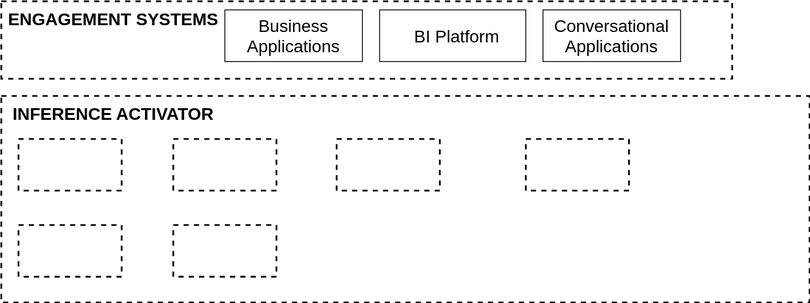
Earlier version of the draw.io export ArchitectureAI.svg (nadiaasrin/neddo). Source tidied: cells renumbered, new cells last; positions are measured from the earlier drawing's top-left corner, leaving out a move shared by most shapes.
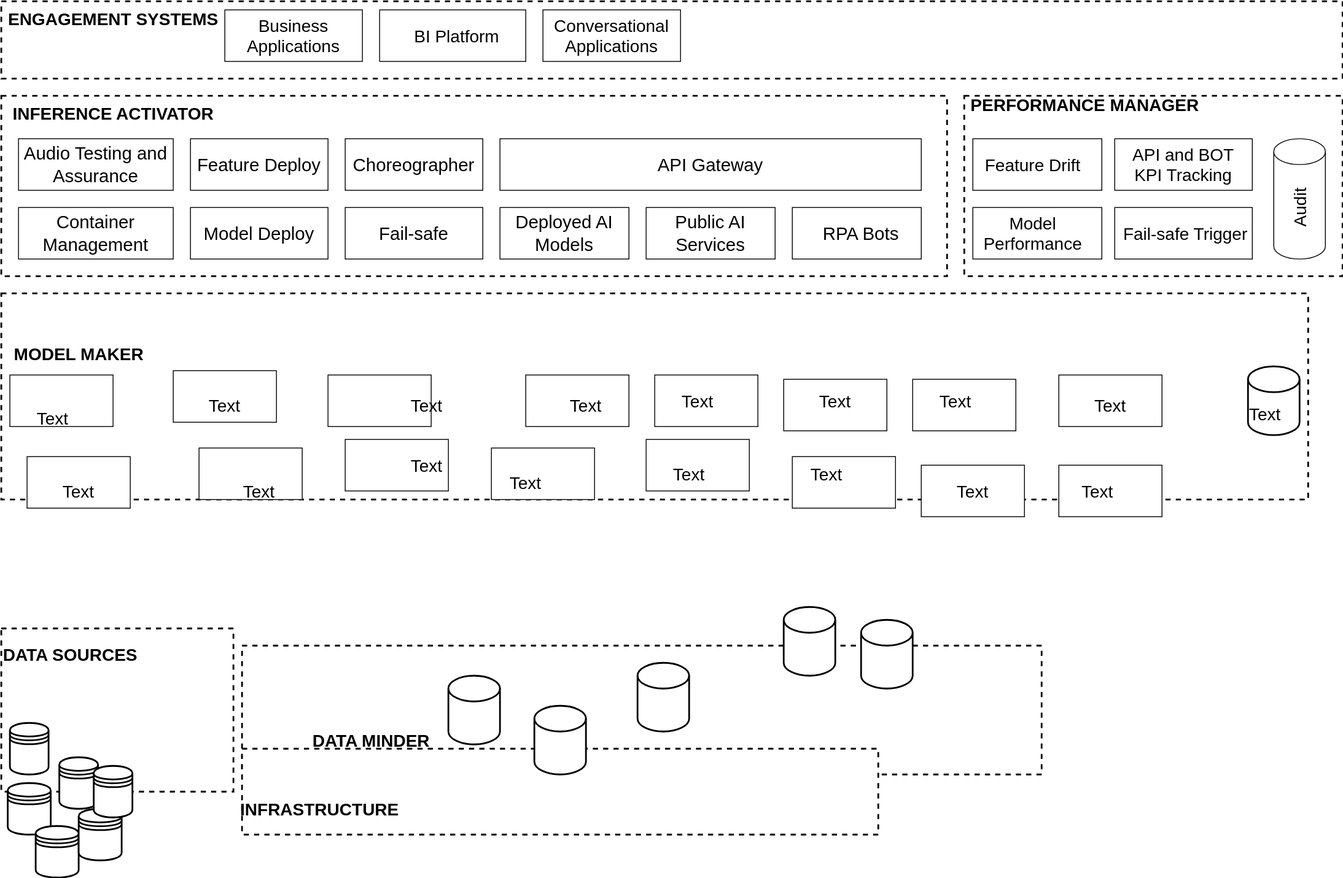
The same file after the commit.

The edit, as a diff of the source:
```diff
@@ -5,3 +5,3 @@
     <mxCell id="2" style="fontStyle=0;dashed=1;strokeWidth=2;" parent="1" vertex="1">
-      <mxGeometry width="850" height="90" as="geometry" />
+      <mxGeometry width="1560" height="90" as="geometry" />
     </mxCell>
@@ -29,3 +29,3 @@
     <mxCell id="10" style="fontStyle=0;dashed=1;strokeWidth=2;fontSize=20;" parent="1" vertex="1">
-      <mxGeometry y="110" width="940" height="240" as="geometry" />
+      <mxGeometry y="110" width="1100" height="210" as="geometry" />
     </mxCell>
@@ -34,20 +34,257 @@
     </mxCell>
-    <mxCell id="12" style="rounded=0;whiteSpace=wrap;html=1;dashed=1;strokeWidth=2;fontSize=21;" parent="1" vertex="1">
-      <mxGeometry x="20" y="160" width="120" height="60" as="geometry" />
+    <mxCell id="12" style="rounded=0;whiteSpace=wrap;html=1;strokeWidth=1;fontSize=21;" parent="1" vertex="1">
+      <mxGeometry x="20" y="160" width="180" height="60" as="geometry" />
     </mxCell>
-    <mxCell id="13" style="rounded=0;whiteSpace=wrap;html=1;dashed=1;strokeWidth=2;fontSize=21;" parent="1" vertex="1">
-      <mxGeometry x="200" y="160" width="120" height="60" as="geometry" />
+    <mxCell id="13" style="rounded=0;whiteSpace=wrap;html=1;strokeWidth=1;fontSize=21;" parent="1" vertex="1">
+      <mxGeometry x="220" y="160" width="160" height="60" as="geometry" />
     </mxCell>
-    <mxCell id="14" style="rounded=0;whiteSpace=wrap;html=1;dashed=1;strokeWidth=2;fontSize=21;" parent="1" vertex="1">
-      <mxGeometry x="390" y="160" width="120" height="60" as="geometry" />
+    <mxCell id="14" style="rounded=0;whiteSpace=wrap;html=1;strokeWidth=1;fontSize=21;" parent="1" vertex="1">
+      <mxGeometry x="400" y="160" width="160" height="60" as="geometry" />
     </mxCell>
-    <mxCell id="15" style="rounded=0;whiteSpace=wrap;html=1;dashed=1;strokeWidth=2;fontSize=21;" parent="1" vertex="1">
-      <mxGeometry x="610" y="160" width="120" height="60" as="geometry" />
+    <mxCell id="15" style="rounded=0;whiteSpace=wrap;html=1;strokeWidth=1;fontSize=21;" parent="1" vertex="1">
+      <mxGeometry x="580" y="160" width="490" height="60" as="geometry" />
     </mxCell>
-    <mxCell id="16" style="rounded=0;whiteSpace=wrap;html=1;dashed=1;strokeWidth=2;fontSize=21;" parent="1" vertex="1">
-      <mxGeometry x="20" y="260" width="120" height="60" as="geometry" />
+    <mxCell id="16" style="rounded=0;whiteSpace=wrap;html=1;strokeWidth=1;fontSize=21;" parent="1" vertex="1">
+      <mxGeometry x="20" y="240" width="180" height="60" as="geometry" />
     </mxCell>
-    <mxCell id="17" style="rounded=0;whiteSpace=wrap;html=1;dashed=1;strokeWidth=2;fontSize=21;" parent="1" vertex="1">
-      <mxGeometry x="200" y="260" width="120" height="60" as="geometry" />
+    <mxCell id="17" style="rounded=0;whiteSpace=wrap;html=1;strokeWidth=1;fontSize=21;" parent="1" vertex="1">
+      <mxGeometry x="220" y="240" width="160" height="60" as="geometry" />
     </mxCell>
+    <mxCell id="18" style="rounded=0;whiteSpace=wrap;html=1;strokeWidth=1;fontSize=21;" parent="1" vertex="1">
+      <mxGeometry x="400" y="240" width="160" height="60" as="geometry" />
+    </mxCell>
+    <mxCell id="19" style="rounded=0;whiteSpace=wrap;html=1;strokeWidth=1;fontSize=21;" parent="1" vertex="1">
+      <mxGeometry x="580" y="240" width="150" height="60" as="geometry" />
+    </mxCell>
+    <mxCell id="20" style="rounded=0;whiteSpace=wrap;html=1;strokeWidth=1;fontSize=21;" parent="1" vertex="1">
+      <mxGeometry x="750" y="240" width="150" height="60" as="geometry" />
+    </mxCell>
+    <mxCell id="21" style="rounded=0;whiteSpace=wrap;html=1;strokeColor=#000000;strokeWidth=1;fontSize=21;" parent="1" vertex="1">
+      <mxGeometry x="920" y="240" width="150" height="60" as="geometry" />
+    </mxCell>
+    <mxCell id="22" value="Feature Deploy" style="text;html=1;strokeColor=none;fillColor=none;align=center;verticalAlign=middle;whiteSpace=wrap;rounded=0;fontSize=21;" parent="1" vertex="1">
+      <mxGeometry x="225" y="180" width="150" height="20" as="geometry" />
+    </mxCell>
+    <mxCell id="23" value="Audio Testing and Assurance" style="text;html=1;strokeColor=none;fillColor=none;align=center;verticalAlign=middle;whiteSpace=wrap;rounded=0;fontSize=21;" parent="1" vertex="1">
+      <mxGeometry x="20" y="180" width="180" height="20" as="geometry" />
+    </mxCell>
+    <mxCell id="24" value="Choreographer" style="text;html=1;strokeColor=none;fillColor=none;align=center;verticalAlign=middle;whiteSpace=wrap;rounded=0;fontSize=21;" parent="1" vertex="1">
+      <mxGeometry x="460" y="180" width="40" height="20" as="geometry" />
+    </mxCell>
+    <mxCell id="25" value="RPA Bots" style="text;html=1;strokeColor=none;fillColor=none;align=center;verticalAlign=middle;whiteSpace=wrap;rounded=0;fontSize=21;" parent="1" vertex="1">
+      <mxGeometry x="940" y="260" width="120" height="20" as="geometry" />
+    </mxCell>
+    <mxCell id="26" value="Public AI Services" style="text;html=1;strokeColor=none;fillColor=none;align=center;verticalAlign=middle;whiteSpace=wrap;rounded=0;fontSize=21;" parent="1" vertex="1">
+      <mxGeometry x="770" y="260" width="110" height="20" as="geometry" />
+    </mxCell>
+    <mxCell id="27" value="Deployed AI Models" style="text;html=1;strokeColor=none;fillColor=none;align=center;verticalAlign=middle;whiteSpace=wrap;rounded=0;fontSize=21;" parent="1" vertex="1">
+      <mxGeometry x="595" y="260" width="120" height="20" as="geometry" />
+    </mxCell>
+    <mxCell id="28" value="API Gateway" style="text;html=1;strokeColor=none;fillColor=none;align=center;verticalAlign=middle;whiteSpace=wrap;rounded=0;fontSize=21;" parent="1" vertex="1">
+      <mxGeometry x="690" y="180" width="270" height="20" as="geometry" />
+    </mxCell>
+    <mxCell id="29" value="Fail-safe" style="text;html=1;strokeColor=none;fillColor=none;align=center;verticalAlign=middle;whiteSpace=wrap;rounded=0;fontSize=21;" parent="1" vertex="1">
+      <mxGeometry x="420" y="260" width="120" height="20" as="geometry" />
+    </mxCell>
+    <mxCell id="30" value="Model Deploy" style="text;html=1;strokeColor=none;fillColor=none;align=center;verticalAlign=middle;whiteSpace=wrap;rounded=0;fontSize=21;" parent="1" vertex="1">
+      <mxGeometry x="220" y="260" width="160" height="20" as="geometry" />
+    </mxCell>
+    <mxCell id="31" value="Container Management" style="text;html=1;strokeColor=none;fillColor=none;align=center;verticalAlign=middle;whiteSpace=wrap;rounded=0;fontSize=21;" parent="1" vertex="1">
+      <mxGeometry x="90" y="260" width="40" height="20" as="geometry" />
+    </mxCell>
+    <mxCell id="32" style="fontStyle=0;dashed=1;strokeColor=#000000;strokeWidth=2;fontSize=21;" parent="1" vertex="1">
+      <mxGeometry y="340" width="1520" height="240" as="geometry" />
+    </mxCell>
+    <mxCell id="33" style="fontStyle=0;dashed=1;strokeColor=#000000;strokeWidth=2;fontSize=21;" parent="1" vertex="1">
+      <mxGeometry y="730" width="270" height="190" as="geometry" />
+    </mxCell>
+    <mxCell id="34" style="fontStyle=0;dashed=1;strokeColor=#000000;strokeWidth=2;fontSize=21;" parent="1" vertex="1">
+      <mxGeometry x="280" y="750" width="930" height="150" as="geometry" />
+    </mxCell>
+    <mxCell id="35" style="fontStyle=0;dashed=1;strokeColor=#000000;strokeWidth=2;fontSize=21;" parent="1" vertex="1">
+      <mxGeometry x="280" y="870" width="740" height="100" as="geometry" />
+    </mxCell>
+    <mxCell id="36" style="shape=datastore;whiteSpace=wrap;html=1;strokeColor=#000000;strokeWidth=2;fontSize=21;" parent="1" vertex="1">
+      <mxGeometry x="7.5" y="910" width="50" height="60" as="geometry" />
+    </mxCell>
+    <mxCell id="37" style="shape=datastore;whiteSpace=wrap;html=1;strokeColor=#000000;strokeWidth=2;fontSize=21;perimeterSpacing=2;" parent="1" vertex="1">
+      <mxGeometry x="40" y="960" width="50" height="60" as="geometry" />
+    </mxCell>
+    <mxCell id="38" value="&lt;font style=&quot;font-size: 20px&quot;&gt;DATA SOURCES&lt;/font&gt;" style="text;strokeColor=none;fillColor=none;html=1;fontSize=24;fontStyle=1;verticalAlign=middle;align=center;" parent="1" vertex="1">
+      <mxGeometry x="30" y="740" width="100" height="40" as="geometry" />
+    </mxCell>
+    <mxCell id="39" value="MODEL MAKER" style="text;strokeColor=none;fillColor=none;html=1;fontSize=20;fontStyle=1;verticalAlign=middle;align=center;" parent="1" vertex="1">
+      <mxGeometry x="40" y="390" width="100" height="40" as="geometry" />
+    </mxCell>
+    <mxCell id="40" style="shape=datastore;whiteSpace=wrap;html=1;strokeColor=#000000;strokeWidth=2;fontSize=20;" parent="1" vertex="1">
+      <mxGeometry x="90" y="940" width="50" height="60" as="geometry" />
+    </mxCell>
+    <mxCell id="41" style="shape=datastore;whiteSpace=wrap;html=1;strokeColor=#000000;strokeWidth=2;fontSize=20;" parent="1" vertex="1">
+      <mxGeometry x="10" y="840" width="45" height="60" as="geometry" />
+    </mxCell>
+    <mxCell id="42" style="shape=datastore;whiteSpace=wrap;html=1;strokeColor=#000000;strokeWidth=2;fontSize=20;" parent="1" vertex="1">
+      <mxGeometry x="67.5" y="880" width="45" height="60" as="geometry" />
+    </mxCell>
+    <mxCell id="43" style="shape=datastore;whiteSpace=wrap;html=1;strokeColor=#000000;strokeWidth=2;fontSize=20;" parent="1" vertex="1">
+      <mxGeometry x="107.5" y="890" width="45" height="60" as="geometry" />
+    </mxCell>
+    <mxCell id="44" value="DATA MINDER" style="text;strokeColor=none;fillColor=none;html=1;fontSize=20;fontStyle=1;verticalAlign=middle;align=center;" parent="1" vertex="1">
+      <mxGeometry x="380" y="840" width="100" height="40" as="geometry" />
+    </mxCell>
+    <mxCell id="45" value="INFRASTRUCTURE" style="text;strokeColor=none;fillColor=none;html=1;fontSize=20;fontStyle=1;verticalAlign=middle;align=center;" parent="1" vertex="1">
+      <mxGeometry x="320" y="920" width="100" height="40" as="geometry" />
+    </mxCell>
+    <mxCell id="46" style="shape=cylinder3;whiteSpace=wrap;html=1;boundedLbl=1;backgroundOutline=1;size=15;strokeColor=#000000;strokeWidth=2;fontSize=20;" parent="1" vertex="1">
+      <mxGeometry x="520" y="785" width="60" height="80" as="geometry" />
+    </mxCell>
+    <mxCell id="47" style="shape=cylinder3;whiteSpace=wrap;html=1;boundedLbl=1;backgroundOutline=1;size=15;strokeColor=#000000;strokeWidth=2;fontSize=20;" parent="1" vertex="1">
+      <mxGeometry x="620" y="820" width="60" height="80" as="geometry" />
+    </mxCell>
+    <mxCell id="48" style="shape=cylinder3;whiteSpace=wrap;html=1;boundedLbl=1;backgroundOutline=1;size=15;strokeColor=#000000;strokeWidth=2;fontSize=20;" parent="1" vertex="1">
+      <mxGeometry x="740" y="770" width="60" height="80" as="geometry" />
+    </mxCell>
+    <mxCell id="49" style="shape=cylinder3;whiteSpace=wrap;html=1;boundedLbl=1;backgroundOutline=1;size=15;strokeColor=#000000;strokeWidth=2;fontSize=20;" parent="1" vertex="1">
+      <mxGeometry x="1450" y="425" width="60" height="80" as="geometry" />
+    </mxCell>
+    <mxCell id="50" style="shape=cylinder3;whiteSpace=wrap;html=1;boundedLbl=1;backgroundOutline=1;size=15;strokeColor=#000000;strokeWidth=2;fontSize=20;" parent="1" vertex="1">
+      <mxGeometry x="910" y="705" width="60" height="80" as="geometry" />
+    </mxCell>
+    <mxCell id="51" style="shape=cylinder3;whiteSpace=wrap;html=1;boundedLbl=1;backgroundOutline=1;size=15;strokeColor=#000000;strokeWidth=2;fontSize=20;" parent="1" vertex="1">
+      <mxGeometry x="1000" y="720" width="60" height="80" as="geometry" />
+    </mxCell>
+    <mxCell id="52" style="fontStyle=0;dashed=1;strokeColor=#000000;strokeWidth=2;fontSize=20;" parent="1" vertex="1">
+      <mxGeometry x="1120" y="110" width="440" height="210" as="geometry" />
+    </mxCell>
+    <mxCell id="53" value="PERFORMANCE MANAGER" style="text;strokeColor=none;fillColor=none;html=1;fontSize=20;fontStyle=1;verticalAlign=middle;align=center;" parent="1" vertex="1">
+      <mxGeometry x="1210" y="100" width="100" height="40" as="geometry" />
+    </mxCell>
+    <mxCell id="54" style="shape=cylinder3;whiteSpace=wrap;html=1;boundedLbl=1;backgroundOutline=1;size=15;strokeColor=#000000;strokeWidth=1;fontSize=20;" parent="1" vertex="1">
+      <mxGeometry x="1480" y="160" width="60" height="140" as="geometry" />
+    </mxCell>
+    <mxCell id="55" style="rounded=0;whiteSpace=wrap;html=1;strokeColor=#000000;strokeWidth=1;fontSize=20;" parent="1" vertex="1">
+      <mxGeometry x="1230" y="540" width="120" height="60" as="geometry" />
+    </mxCell>
+    <mxCell id="56" style="rounded=0;whiteSpace=wrap;html=1;strokeColor=#000000;strokeWidth=1;fontSize=20;" parent="1" vertex="1">
+      <mxGeometry x="1230" y="435" width="120" height="60" as="geometry" />
+    </mxCell>
+    <mxCell id="57" style="rounded=0;whiteSpace=wrap;html=1;strokeColor=#000000;strokeWidth=1;fontSize=20;" parent="1" vertex="1">
+      <mxGeometry x="1070" y="540" width="120" height="60" as="geometry" />
+    </mxCell>
+    <mxCell id="58" style="rounded=0;whiteSpace=wrap;html=1;strokeColor=#000000;strokeWidth=1;fontSize=20;" parent="1" vertex="1">
+      <mxGeometry x="1060" y="440" width="120" height="60" as="geometry" />
+    </mxCell>
+    <mxCell id="59" style="rounded=0;whiteSpace=wrap;html=1;strokeColor=#000000;strokeWidth=1;fontSize=20;" parent="1" vertex="1">
+      <mxGeometry x="920" y="530" width="120" height="60" as="geometry" />
+    </mxCell>
+    <mxCell id="60" style="rounded=0;whiteSpace=wrap;html=1;strokeColor=#000000;strokeWidth=1;fontSize=20;" parent="1" vertex="1">
+      <mxGeometry x="910" y="440" width="120" height="60" as="geometry" />
+    </mxCell>
+    <mxCell id="61" style="rounded=0;whiteSpace=wrap;html=1;strokeColor=#000000;strokeWidth=1;fontSize=20;" parent="1" vertex="1">
+      <mxGeometry x="760" y="435" width="120" height="60" as="geometry" />
+    </mxCell>
+    <mxCell id="62" style="rounded=0;whiteSpace=wrap;html=1;strokeColor=#000000;strokeWidth=1;fontSize=20;" parent="1" vertex="1">
+      <mxGeometry x="380" y="435" width="120" height="60" as="geometry" />
+    </mxCell>
+    <mxCell id="63" style="rounded=0;whiteSpace=wrap;html=1;strokeColor=#000000;strokeWidth=1;fontSize=20;" parent="1" vertex="1">
+      <mxGeometry x="750" y="510" width="120" height="60" as="geometry" />
+    </mxCell>
+    <mxCell id="64" style="rounded=0;whiteSpace=wrap;html=1;strokeColor=#000000;strokeWidth=1;fontSize=20;" parent="1" vertex="1">
+      <mxGeometry x="570" y="520" width="120" height="60" as="geometry" />
+    </mxCell>
+    <mxCell id="65" style="rounded=0;whiteSpace=wrap;html=1;strokeColor=#000000;strokeWidth=1;fontSize=20;" parent="1" vertex="1">
+      <mxGeometry x="610" y="435" width="120" height="60" as="geometry" />
+    </mxCell>
+    <mxCell id="66" style="rounded=0;whiteSpace=wrap;html=1;strokeColor=#000000;strokeWidth=1;fontSize=20;" parent="1" vertex="1">
+      <mxGeometry x="400" y="510" width="120" height="60" as="geometry" />
+    </mxCell>
+    <mxCell id="67" style="rounded=0;whiteSpace=wrap;html=1;strokeColor=#000000;strokeWidth=1;fontSize=20;" parent="1" vertex="1">
+      <mxGeometry x="230" y="520" width="120" height="60" as="geometry" />
+    </mxCell>
+    <mxCell id="68" style="rounded=0;whiteSpace=wrap;html=1;strokeColor=#000000;strokeWidth=1;fontSize=20;" parent="1" vertex="1">
+      <mxGeometry x="200" y="430" width="120" height="60" as="geometry" />
+    </mxCell>
+    <mxCell id="69" style="rounded=0;whiteSpace=wrap;html=1;strokeColor=#000000;strokeWidth=1;fontSize=20;" parent="1" vertex="1">
+      <mxGeometry x="30" y="530" width="120" height="60" as="geometry" />
+    </mxCell>
+    <mxCell id="70" style="rounded=0;whiteSpace=wrap;html=1;strokeColor=#000000;strokeWidth=1;fontSize=20;" parent="1" vertex="1">
+      <mxGeometry x="10" y="435" width="120" height="60" as="geometry" />
+    </mxCell>
+    <mxCell id="71" style="rounded=0;whiteSpace=wrap;html=1;strokeColor=#000000;strokeWidth=1;fontSize=20;" parent="1" vertex="1">
+      <mxGeometry x="1295" y="240" width="160" height="60" as="geometry" />
+    </mxCell>
+    <mxCell id="72" style="rounded=0;whiteSpace=wrap;html=1;strokeColor=#000000;strokeWidth=1;fontSize=20;" parent="1" vertex="1">
+      <mxGeometry x="1295" y="160" width="160" height="60" as="geometry" />
+    </mxCell>
+    <mxCell id="73" style="rounded=0;whiteSpace=wrap;html=1;strokeColor=#000000;strokeWidth=1;fontSize=20;" parent="1" vertex="1">
+      <mxGeometry x="1130" y="240" width="150" height="60" as="geometry" />
+    </mxCell>
+    <mxCell id="74" style="rounded=0;whiteSpace=wrap;html=1;strokeColor=#000000;strokeWidth=1;fontSize=20;" parent="1" vertex="1">
+      <mxGeometry x="1130" y="160" width="150" height="60" as="geometry" />
+    </mxCell>
+    <mxCell id="75" value="Feature Drift" style="text;html=1;strokeColor=none;fillColor=none;align=center;verticalAlign=middle;whiteSpace=wrap;rounded=0;fontSize=20;" parent="1" vertex="1">
+      <mxGeometry x="1140" y="180" width="120" height="20" as="geometry" />
+    </mxCell>
+    <mxCell id="76" value="Text" style="text;html=1;strokeColor=none;fillColor=none;align=center;verticalAlign=middle;whiteSpace=wrap;rounded=0;fontSize=20;" parent="1" vertex="1">
+      <mxGeometry x="790" y="455" width="40" height="20" as="geometry" />
+    </mxCell>
+    <mxCell id="77" value="Text" style="text;html=1;strokeColor=none;fillColor=none;align=center;verticalAlign=middle;whiteSpace=wrap;rounded=0;fontSize=20;" parent="1" vertex="1">
+      <mxGeometry x="1255" y="560" width="40" height="20" as="geometry" />
+    </mxCell>
+    <mxCell id="78" value="Text" style="text;html=1;strokeColor=none;fillColor=none;align=center;verticalAlign=middle;whiteSpace=wrap;rounded=0;fontSize=20;" parent="1" vertex="1">
+      <mxGeometry x="1450" y="470" width="40" height="20" as="geometry" />
+    </mxCell>
+    <mxCell id="79" value="Text" style="text;html=1;strokeColor=none;fillColor=none;align=center;verticalAlign=middle;whiteSpace=wrap;rounded=0;fontSize=20;" parent="1" vertex="1">
+      <mxGeometry x="1110" y="560" width="40" height="20" as="geometry" />
+    </mxCell>
+    <mxCell id="80" value="Text" style="text;html=1;strokeColor=none;fillColor=none;align=center;verticalAlign=middle;whiteSpace=wrap;rounded=0;fontSize=20;" parent="1" vertex="1">
+      <mxGeometry x="940" y="540" width="40" height="20" as="geometry" />
+    </mxCell>
+    <mxCell id="81" value="Text" style="text;html=1;strokeColor=none;fillColor=none;align=center;verticalAlign=middle;whiteSpace=wrap;rounded=0;fontSize=20;" parent="1" vertex="1">
+      <mxGeometry x="950" y="455" width="40" height="20" as="geometry" />
+    </mxCell>
+    <mxCell id="82" value="Audit" style="text;html=1;strokeColor=none;fillColor=none;align=center;verticalAlign=middle;whiteSpace=wrap;rounded=0;fontSize=20;rotation=-90;" parent="1" vertex="1">
+      <mxGeometry x="1490" y="230" width="40" height="20" as="geometry" />
+    </mxCell>
+    <mxCell id="83" value="Text" style="text;html=1;strokeColor=none;fillColor=none;align=center;verticalAlign=middle;whiteSpace=wrap;rounded=0;fontSize=20;" parent="1" vertex="1">
+      <mxGeometry x="1270" y="460" width="40" height="20" as="geometry" />
+    </mxCell>
+    <mxCell id="84" value="Text" style="text;html=1;strokeColor=none;fillColor=none;align=center;verticalAlign=middle;whiteSpace=wrap;rounded=0;fontSize=20;" parent="1" vertex="1">
+      <mxGeometry x="1090" y="455" width="40" height="20" as="geometry" />
+    </mxCell>
+    <mxCell id="85" value="Fail-safe Trigger" style="text;html=1;strokeColor=none;fillColor=none;align=center;verticalAlign=middle;whiteSpace=wrap;rounded=0;fontSize=20;" parent="1" vertex="1">
+      <mxGeometry x="1295" y="260" width="165" height="20" as="geometry" />
+    </mxCell>
+    <mxCell id="86" value="Model Performance" style="text;html=1;strokeColor=none;fillColor=none;align=center;verticalAlign=middle;whiteSpace=wrap;rounded=0;fontSize=20;" parent="1" vertex="1">
+      <mxGeometry x="1180" y="260" width="40" height="20" as="geometry" />
+    </mxCell>
+    <mxCell id="87" value="API and BOT KPI Tracking" style="text;html=1;strokeColor=none;fillColor=none;align=center;verticalAlign=middle;whiteSpace=wrap;rounded=0;fontSize=20;" parent="1" vertex="1">
+      <mxGeometry x="1315" y="180" width="120" height="20" as="geometry" />
+    </mxCell>
+    <mxCell id="88" value="Text" style="text;html=1;strokeColor=none;fillColor=none;align=center;verticalAlign=middle;whiteSpace=wrap;rounded=0;fontSize=20;" parent="1" vertex="1">
+      <mxGeometry x="780" y="540" width="40" height="20" as="geometry" />
+    </mxCell>
+    <mxCell id="89" value="Text" style="text;html=1;strokeColor=none;fillColor=none;align=center;verticalAlign=middle;whiteSpace=wrap;rounded=0;fontSize=20;" parent="1" vertex="1">
+      <mxGeometry x="660" y="460" width="40" height="20" as="geometry" />
+    </mxCell>
+    <mxCell id="90" value="Text" style="text;html=1;strokeColor=none;fillColor=none;align=center;verticalAlign=middle;whiteSpace=wrap;rounded=0;fontSize=20;" parent="1" vertex="1">
+      <mxGeometry x="590" y="550" width="40" height="20" as="geometry" />
+    </mxCell>
+    <mxCell id="91" value="Text" style="text;html=1;strokeColor=none;fillColor=none;align=center;verticalAlign=middle;whiteSpace=wrap;rounded=0;fontSize=20;" parent="1" vertex="1">
+      <mxGeometry x="475" y="460" width="40" height="20" as="geometry" />
+    </mxCell>
+    <mxCell id="92" value="Text" style="text;html=1;strokeColor=none;fillColor=none;align=center;verticalAlign=middle;whiteSpace=wrap;rounded=0;fontSize=20;" parent="1" vertex="1">
+      <mxGeometry x="475" y="530" width="40" height="20" as="geometry" />
+    </mxCell>
+    <mxCell id="93" value="Text" style="text;html=1;strokeColor=none;fillColor=none;align=center;verticalAlign=middle;whiteSpace=wrap;rounded=0;fontSize=20;" parent="1" vertex="1">
+      <mxGeometry x="40" y="475" width="40" height="20" as="geometry" />
+    </mxCell>
+    <mxCell id="94" value="Text" style="text;html=1;strokeColor=none;fillColor=none;align=center;verticalAlign=middle;whiteSpace=wrap;rounded=0;fontSize=20;" parent="1" vertex="1">
+      <mxGeometry x="240" y="460" width="40" height="20" as="geometry" />
+    </mxCell>
+    <mxCell id="95" value="Text" style="text;html=1;strokeColor=none;fillColor=none;align=center;verticalAlign=middle;whiteSpace=wrap;rounded=0;fontSize=20;" parent="1" vertex="1">
+      <mxGeometry x="70" y="560" width="40" height="20" as="geometry" />
+    </mxCell>
+    <mxCell id="96" value="Text" style="text;html=1;strokeColor=none;fillColor=none;align=center;verticalAlign=middle;whiteSpace=wrap;rounded=0;fontSize=20;" parent="1" vertex="1">
+      <mxGeometry x="280" y="560" width="40" height="20" as="geometry" />
+    </mxCell>
   </root>
```
